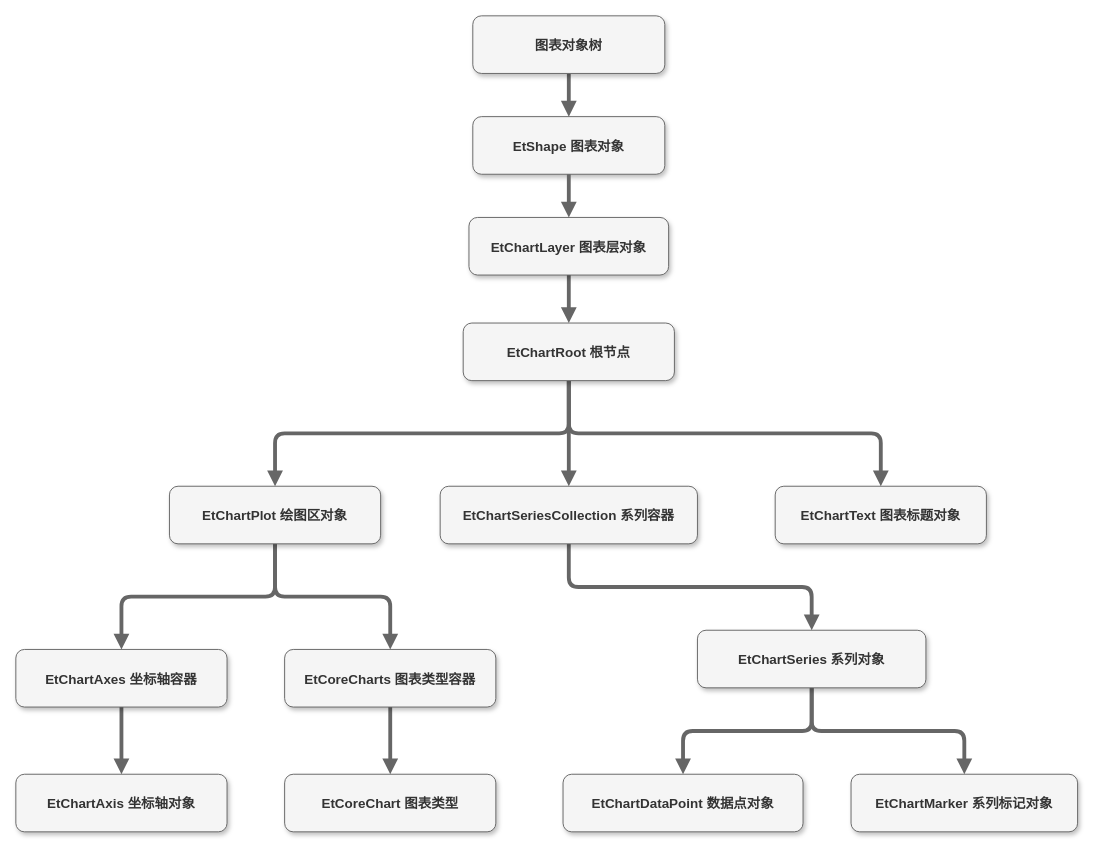
This is Untitled 11111Diagram.drawio from makepair/craft, a draw.io file, before an edit. Source tidied: cells renumbered, new cells numbered last; positions are measured from the earlier drawing's top-left corner, leaving out a move shared by most shapes. Both pictures are drawn from the tidied source at 96%, with x=0, y=0 at pixel (15, 15).
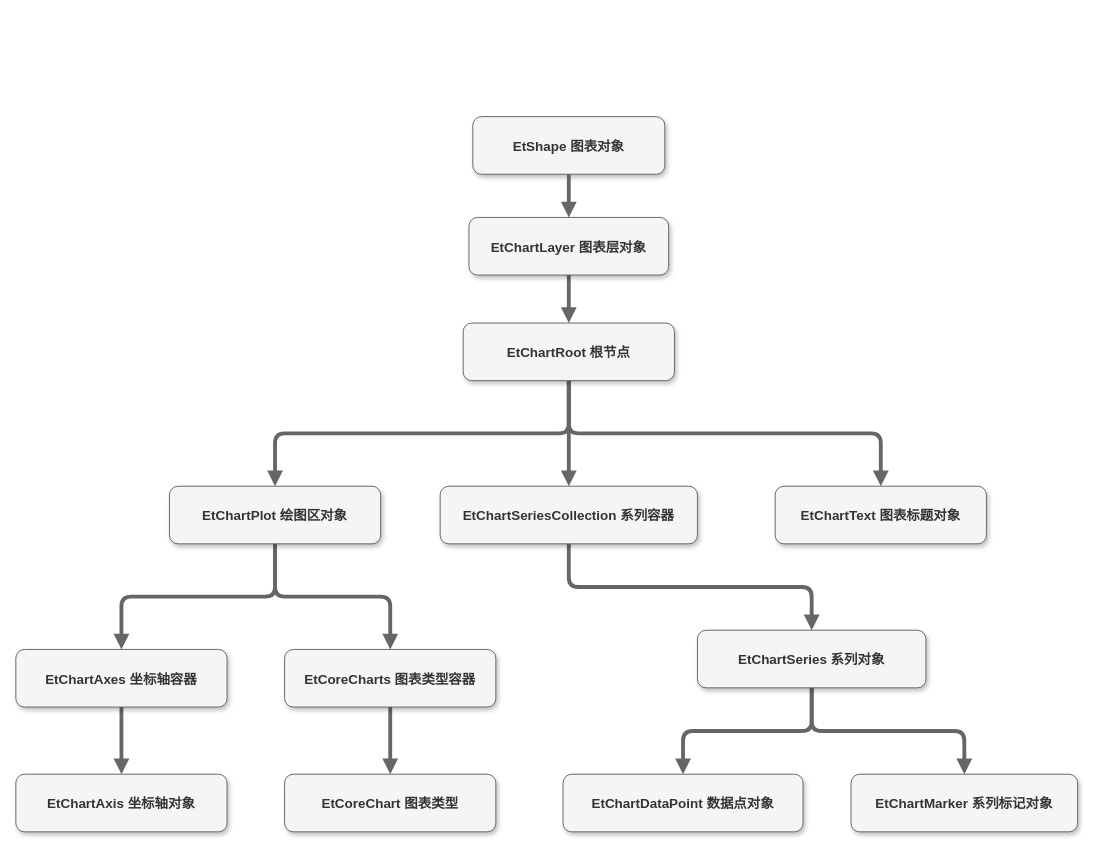
After the change.

The change refers to these unchanged cells:
```xml
<mxCell id="4" value="EtShape 图表对象" style="rounded=1;fillColor=#f5f5f5;strokeColor=#666666;shadow=1;fontStyle=1;fontColor=#333333;fontSize=14;" parent="1" vertex="1">
  <mxGeometry x="476" y="105" width="200" height="60" as="geometry" />
</mxCell>
```

Change to the diagram source:
```diff
@@
-    <mxCell id="2" style="edgeStyle=elbowEdgeStyle;jettySize=auto;elbow=vertical;html=1;endArrow=block;endFill=1;strokeColor=#666666;strokeWidth=4;fillColor=#f5f5f5;" parent="1" edge="1" source="3" target="4">
-      <mxGeometry relative="1" as="geometry" />
-    </mxCell>
-    <mxCell id="3" value="图表对象树" style="rounded=1;fillColor=#f5f5f5;strokeColor=#666666;shadow=1;fontStyle=1;fontColor=#333333;fontSize=14;" parent="1" vertex="1">
-      <mxGeometry x="476" width="200" height="60" as="geometry" />
-    </mxCell>
```
